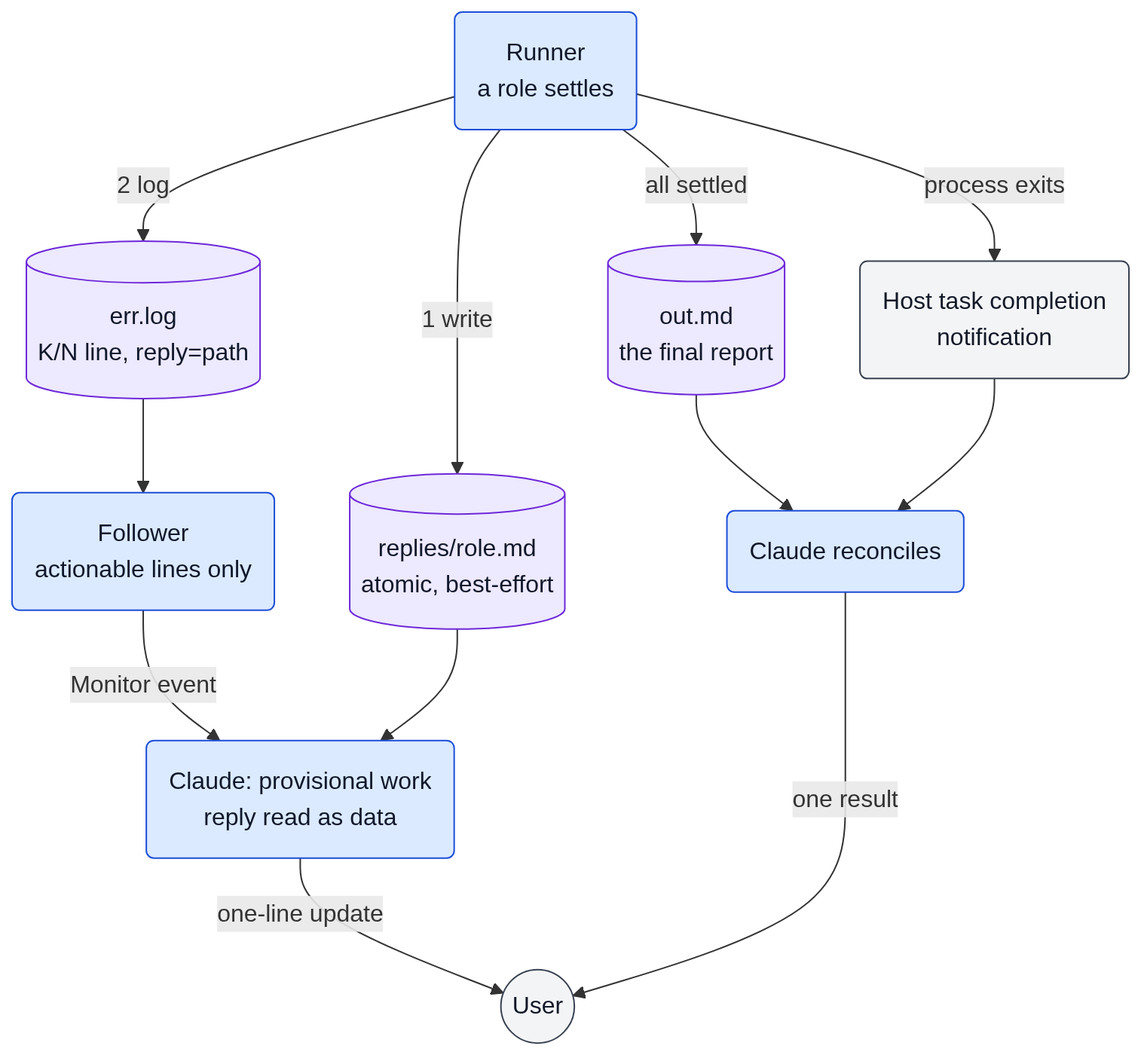
Above: docs/diagrams/d29-progress.png in ehzawad/codex-council (Mermaid), before the change. Its source is kept beside it as docs/diagrams/d29-progress.mmd. The source it was exported from:
```mermaid
flowchart TD
    Runner("Runner<br/>a role settles")
    Reply[("replies/role.md<br/>atomic, best-effort")]
    Log[("err.log<br/>K/N line, reply=path")]
    Follower("Follower<br/>actionable lines only")
    Early("Claude: provisional work<br/>reply read as data")
    Report[("out.md<br/>the final report")]
    Host("Host task completion<br/>notification")
    Reconcile("Claude reconciles")
    User(("User"))

    Runner -->|"1 write"| Reply
    Runner -->|"2 log"| Log
    Log --> Follower
    Follower -->|"Monitor event"| Early
    Reply --> Early
    Early -->|"one-line update"| User
    Runner -->|"all settled"| Report
    Runner -->|"process exits"| Host
    Report --> Reconcile
    Host --> Reconcile
    Reconcile -->|"one result"| User

    classDef ours fill:#dbeafe,stroke:#1d4ed8,color:#0f172a
    classDef data fill:#ede9fe,stroke:#6d28d9,color:#0f172a
    classDef person fill:#f3f4f6,stroke:#374151,color:#111827
    class Runner,Follower,Early,Reconcile ours
    class Reply,Log,Report data
    class Host,User person
```
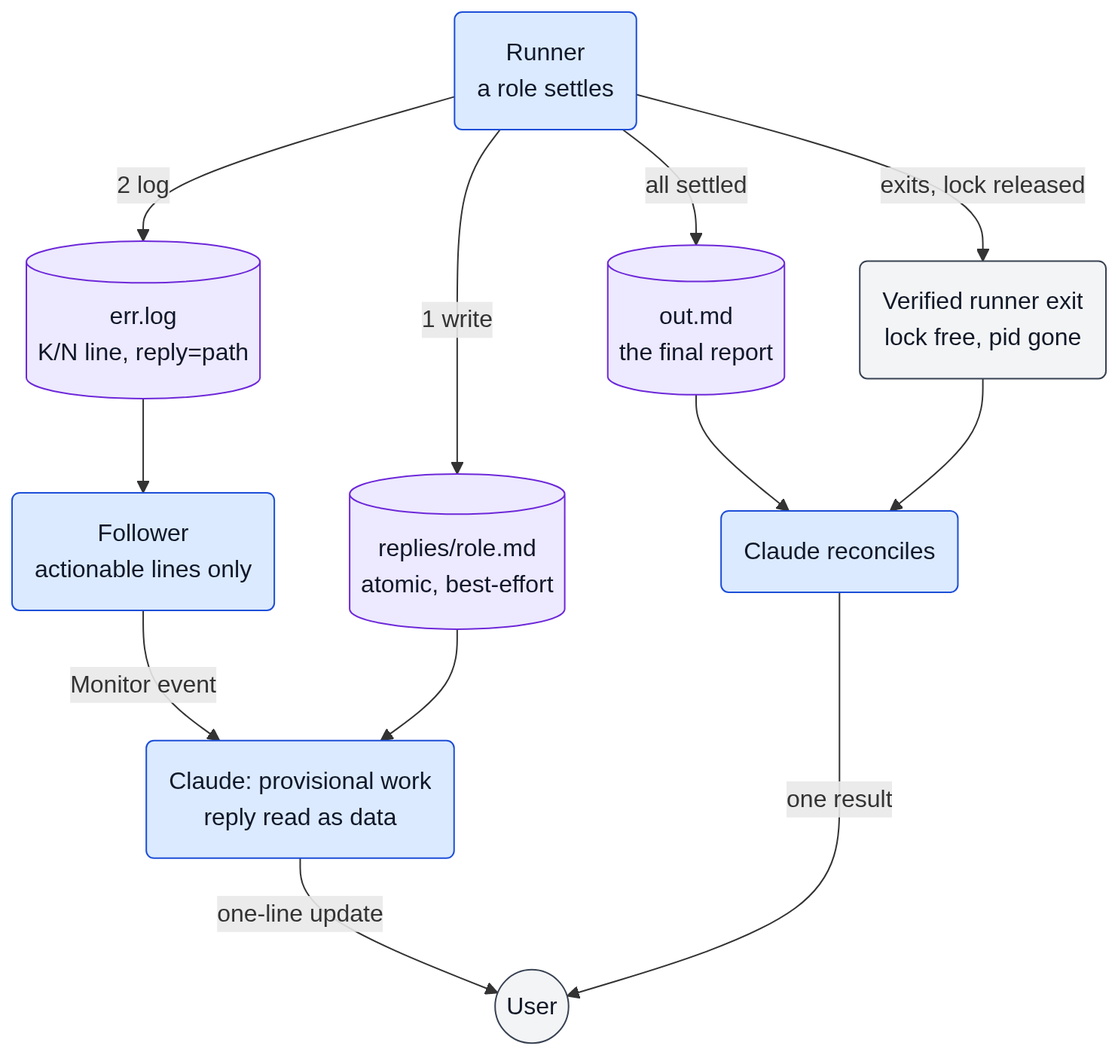
After the change.

Change to the diagram source:
```diff
@@ -5,7 +5,7 @@
     Follower("Follower<br/>actionable lines only")
     Early("Claude: provisional work<br/>reply read as data")
     Report[("out.md<br/>the final report")]
-    Host("Host task completion<br/>notification")
+    Host("Verified runner exit<br/>lock free, pid gone")
     Reconcile("Claude reconciles")
     User(("User"))
 
@@ -16,7 +16,7 @@
     Reply --> Early
     Early -->|"one-line update"| User
     Runner -->|"all settled"| Report
-    Runner -->|"process exits"| Host
+    Runner -->|"exits, lock released"| Host
     Report --> Reconcile
     Host --> Reconcile
     Reconcile -->|"one result"| User
```
